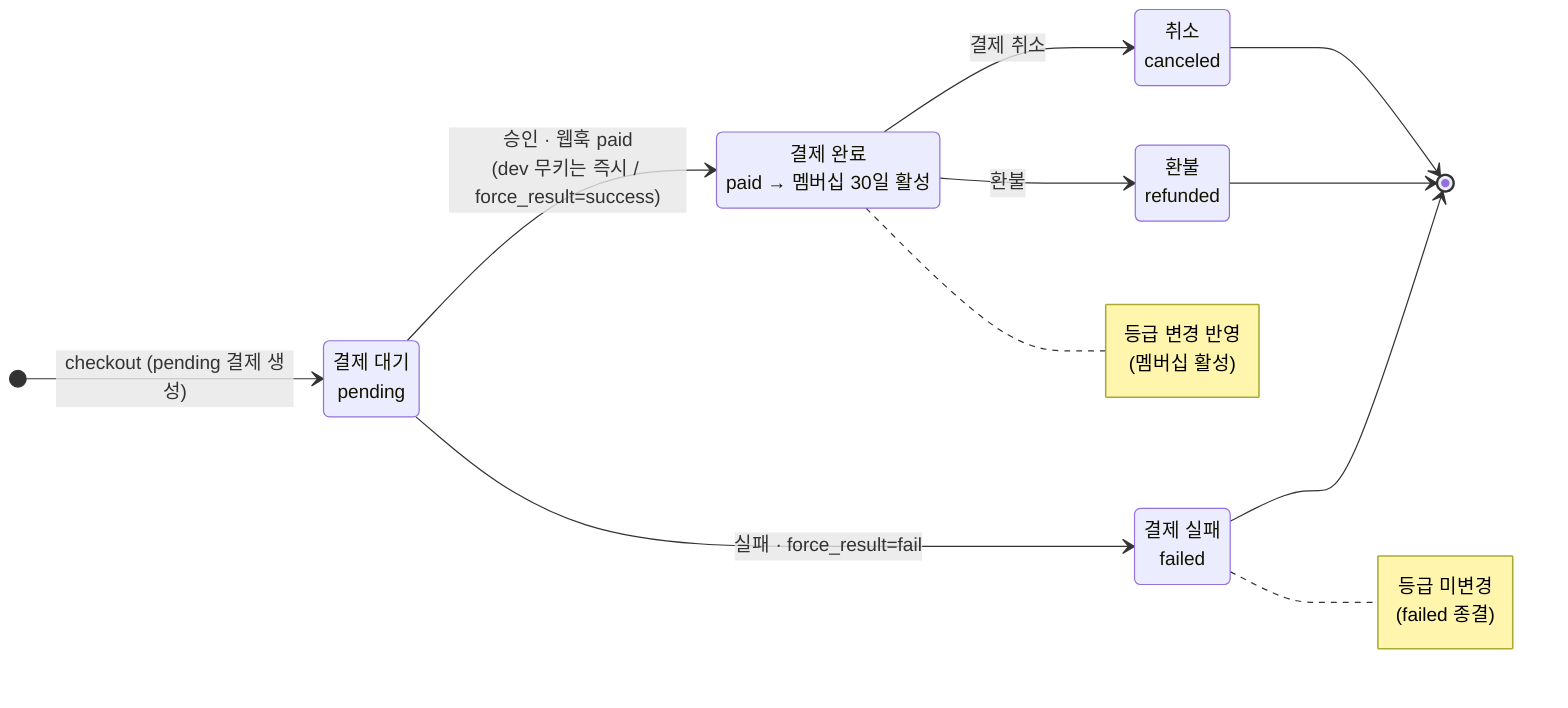
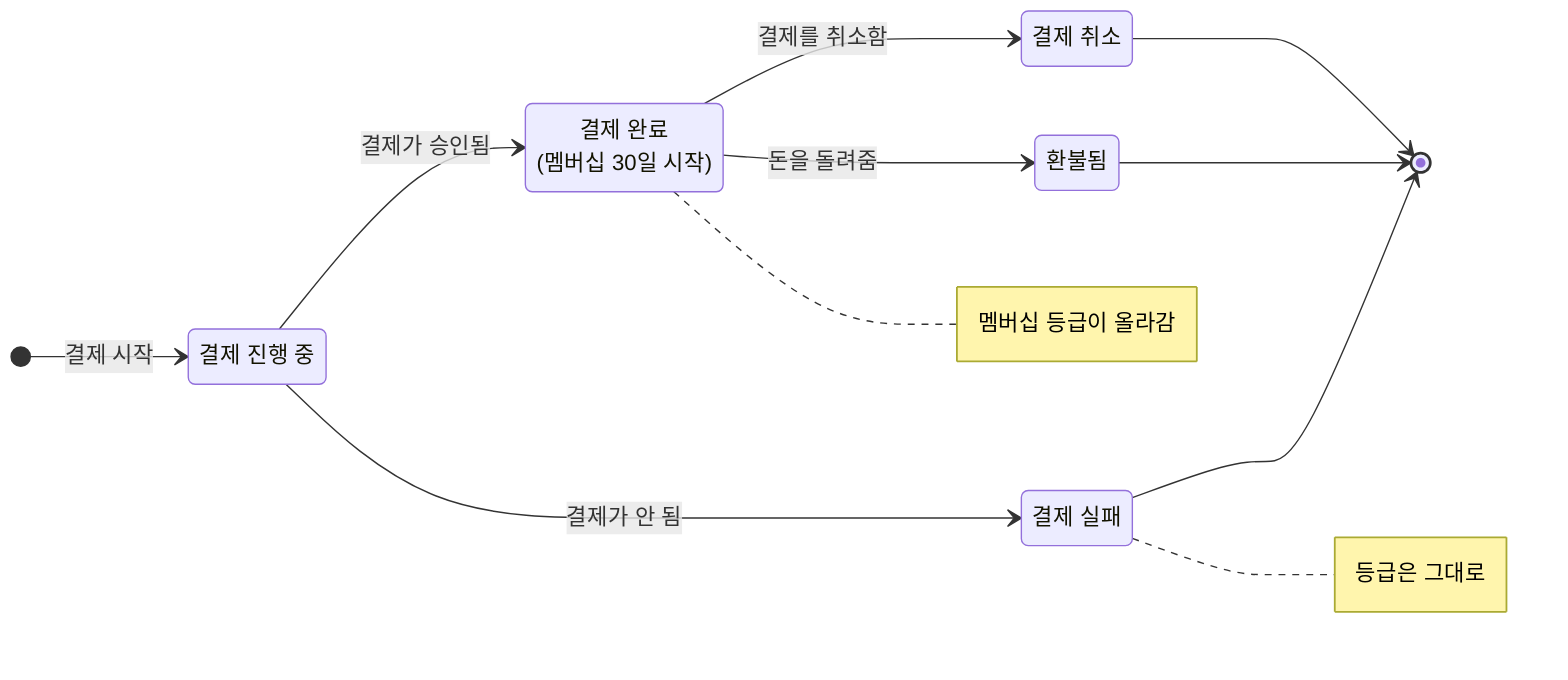
- %% 상태 전이 — 결제(payments.status) 상태머신 + 멤버십 활성화
- %% 출처: backend/src/services/payments.ts (canTransition 맵)
+ %% 멤버십 결제가 어떻게 처리되는지 — 쉬운 말 버전
stateDiagram-v2
  direction LR
-   [*] --> 대기 : checkout (pending 결제 생성)
-   state "결제 대기<br/>pending" as 대기
-   state "결제 완료<br/>paid → 멤버십 30일 활성" as 완료
-   state "결제 실패<br/>failed" as 실패
-   state "취소<br/>canceled" as 취소
-   state "환불<br/>refunded" as 환불
+   [*] --> 대기 : 결제 시작
+   state "결제 진행 중" as 대기
+   state "결제 완료<br/>(멤버십 30일 시작)" as 완료
+   state "결제 실패" as 실패
+   state "결제 취소" as 취소
+   state "환불됨" as 환불

-   대기 --> 완료 : 승인 · 웹훅 paid<br/>(dev 무키는 즉시 / force_result=success)
-   대기 --> 실패 : 실패 · force_result=fail
-   완료 --> 취소 : 결제 취소
-   완료 --> 환불 : 환불
+   대기 --> 완료 : 결제가 승인됨
+   대기 --> 실패 : 결제가 안 됨
+   완료 --> 취소 : 결제를 취소함
+   완료 --> 환불 : 돈을 돌려줌
  실패 --> [*]
  취소 --> [*]
  환불 --> [*]

-   note right of 완료 : 등급 변경 반영<br/>(멤버십 활성)
-   note right of 실패 : 등급 미변경<br/>(failed 종결)
+   note right of 완료 : 멤버십 등급이 올라감
+   note right of 실패 : 등급은 그대로
